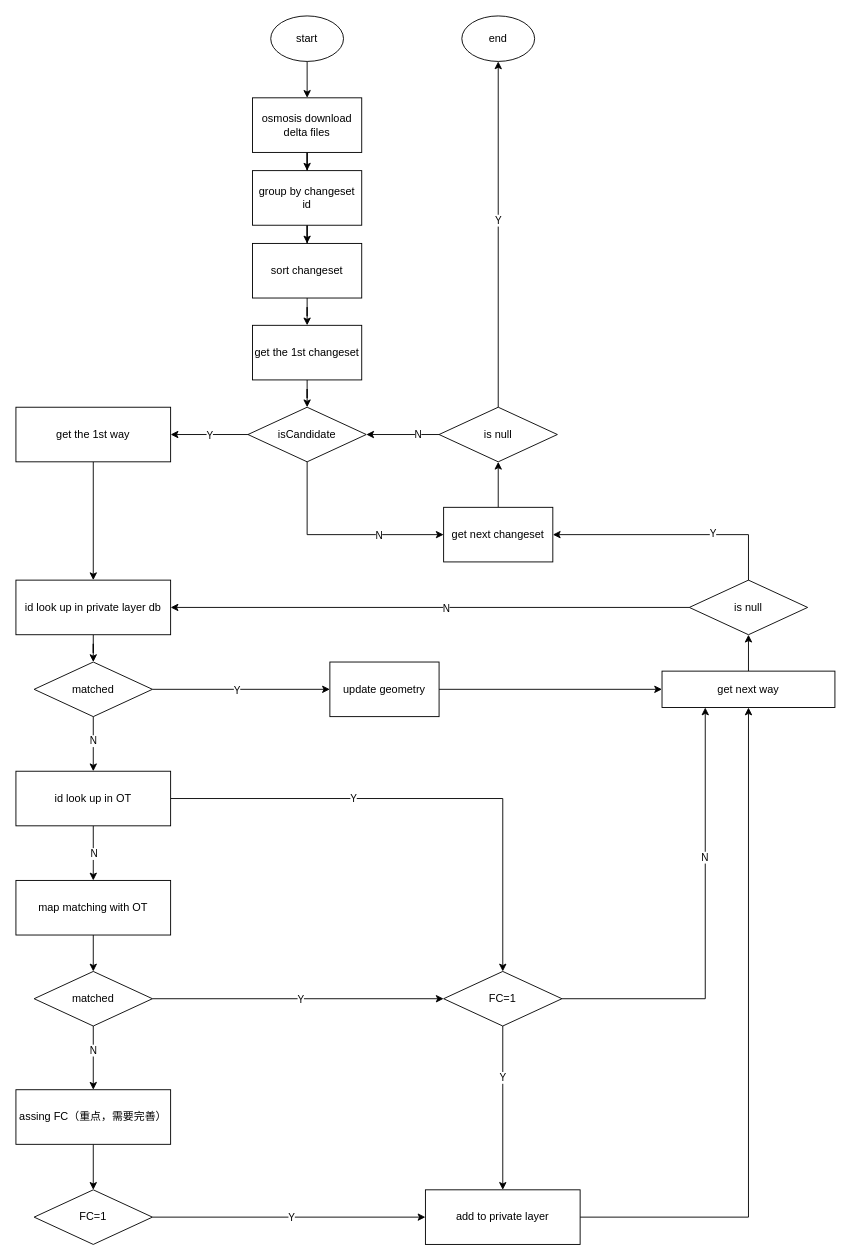
This is expired fc changeset.drawio from 472542625/drawio, a draw.io file, before an edit. Source tidied: cells renumbered, new cells numbered last; positions are measured from the earlier drawing's top-left corner, leaving out a move shared by most shapes. Both pictures are drawn from the tidied source at 91%, with x=0, y=0 at pixel (15, 15).
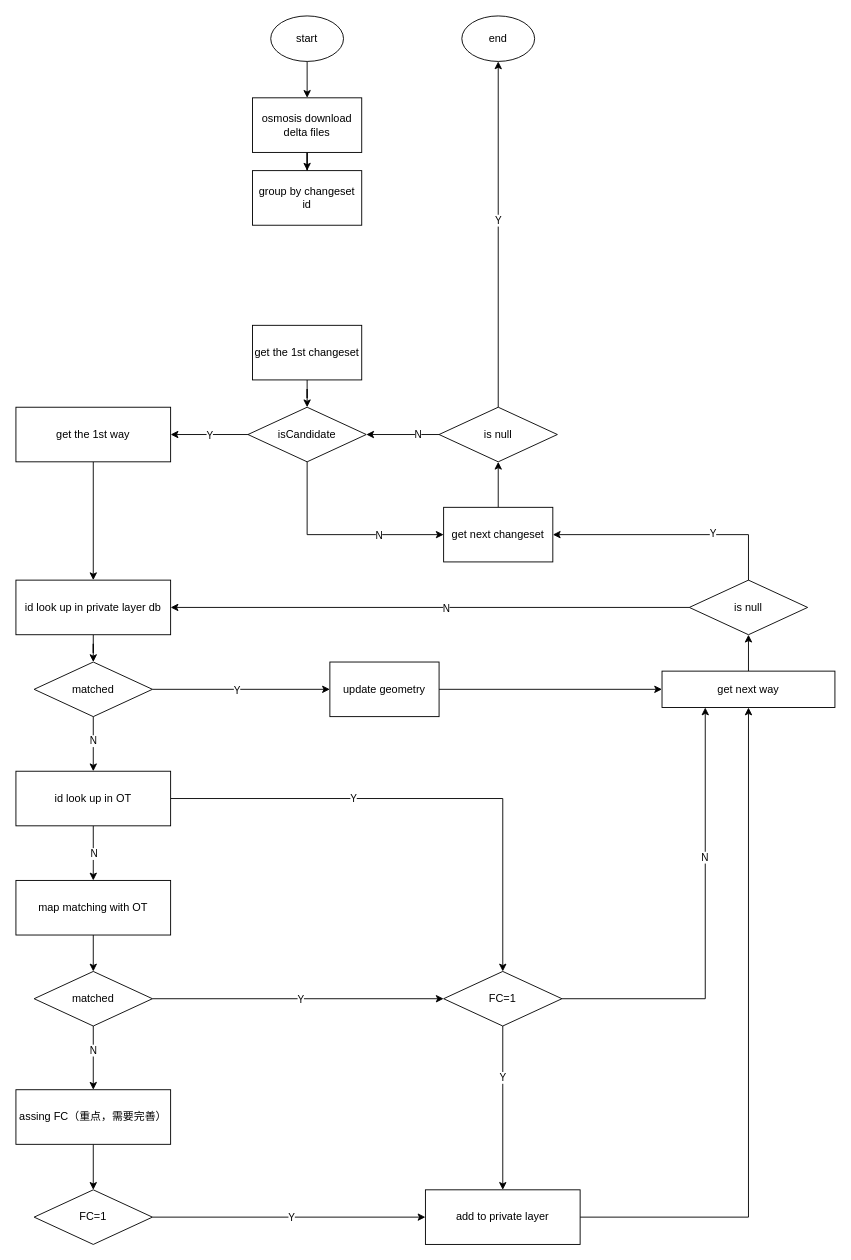
After the change.

Unchanged cells that the change refers to:
```xml
<mxCell id="3" value="get the 1st changeset" style="rounded=0;whiteSpace=wrap;html=1;" parent="1" vertex="1">
  <mxGeometry x="260" y="340" width="120" height="60" as="geometry" />
</mxCell>
<mxCell id="64" value="group by changeset id" style="rounded=0;whiteSpace=wrap;html=1;" parent="1" vertex="1">
  <mxGeometry x="260" y="170" width="120" height="60" as="geometry" />
</mxCell>
```

Change to the diagram source:
```diff
@@
-    <mxCell id="63" style="edgeStyle=orthogonalEdgeStyle;rounded=0;jettySize=auto;html=1;entryX=0.5;entryY=0;entryDx=0;entryDy=0;" parent="1" edge="1" source="64" target="66">
-      <mxGeometry relative="1" as="geometry" />
-    </mxCell>
@@
-    <mxCell id="65" style="edgeStyle=orthogonalEdgeStyle;rounded=0;jettySize=auto;html=1;" parent="1" edge="1" source="66" target="3">
-      <mxGeometry relative="1" as="geometry" />
-    </mxCell>
-    <mxCell id="66" value="sort changeset" style="rounded=0;whiteSpace=wrap;html=1;" parent="1" vertex="1">
-      <mxGeometry x="260" y="250" width="120" height="60" as="geometry" />
-    </mxCell>
```
